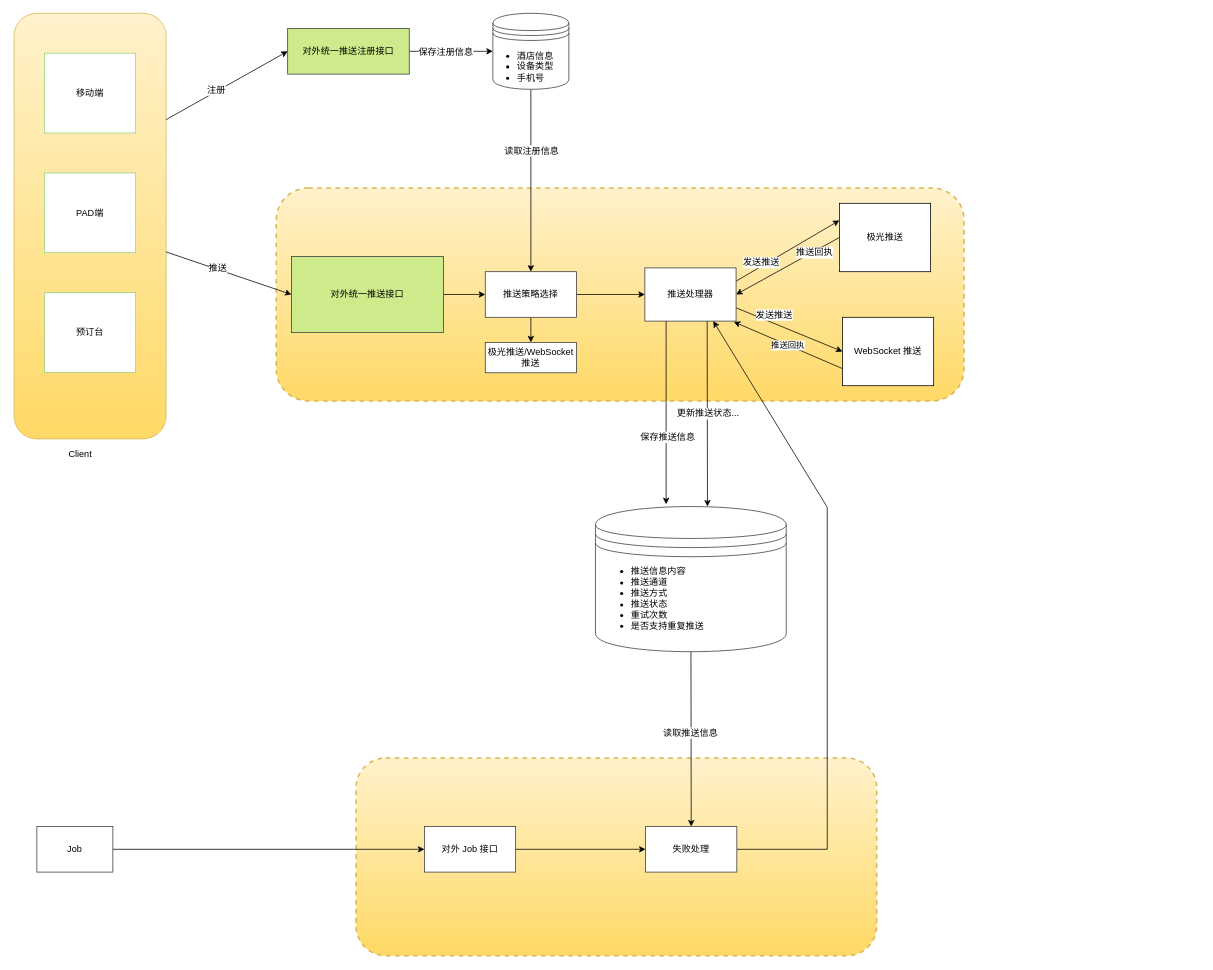
Earlier version of the draw.io diagram 推送方案.drawio (WithoutCause/draw.io). Source tidied: cells renumbered, new cells numbered last; positions are measured from the earlier drawing's top-left corner, leaving out a move shared by most shapes. Both pictures are drawn from the tidied source at 76%, with x=0, y=0 at pixel (14, 13).
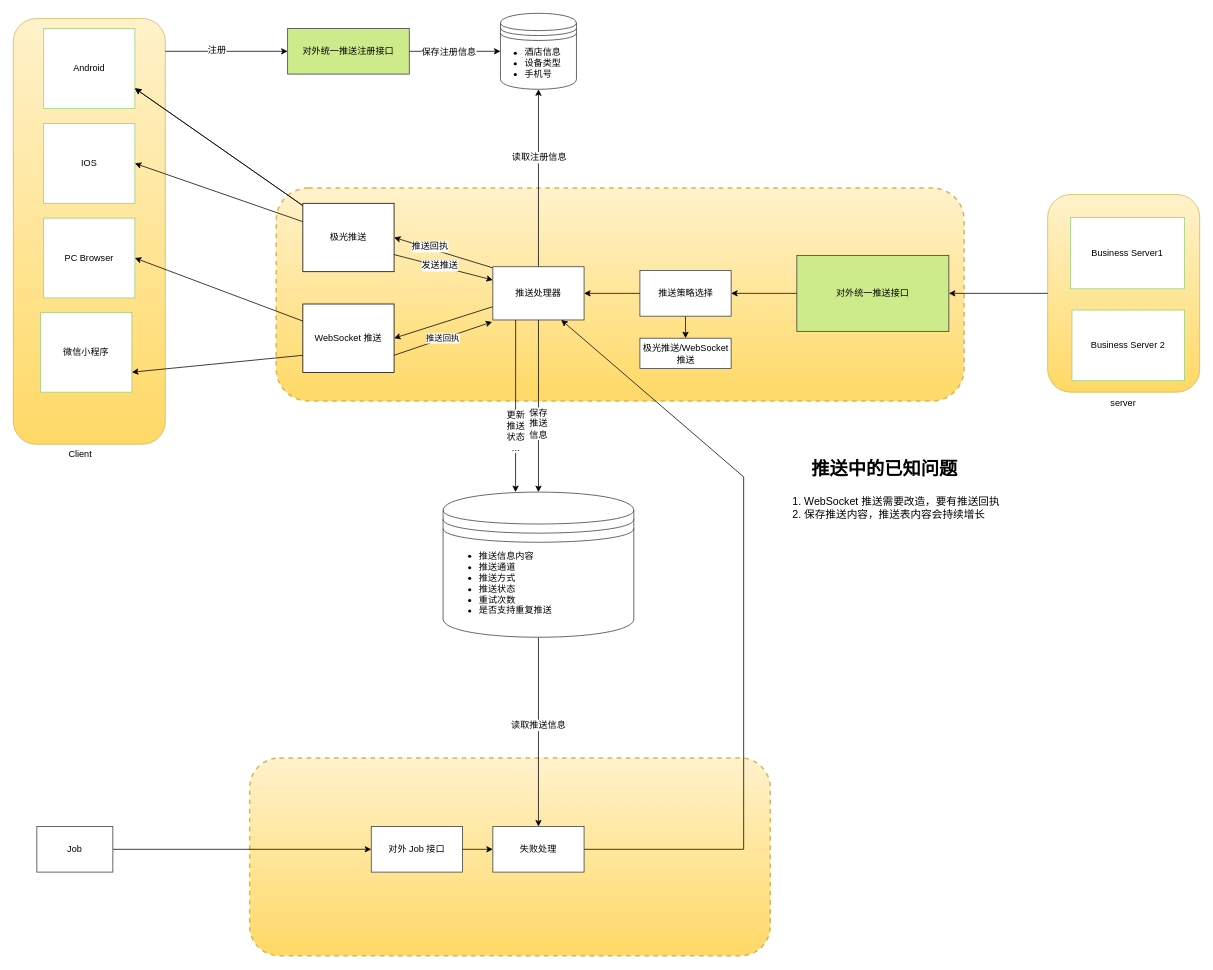
After the change.

Unchanged cells that the change refers to:
```xml
<mxCell id="17" style="rounded=1;whiteSpace=wrap;html=1;strokeColor=#d6b656;strokeWidth=1;fillColor=#fff2cc;gradientColor=#ffd966;" parent="16" vertex="1">
  <mxGeometry width="200" height="560" as="geometry" />
</mxCell>
```

What changed in the source:
```diff
@@
-    <mxCell id="2" style="rounded=1;whiteSpace=wrap;html=1;strokeColor=#d6b656;strokeWidth=2;fillColor=#fff2cc;gradientColor=#ffd966;dashed=1;" parent="1" vertex="1">
-      <mxGeometry x="450" y="980" width="685" height="260" as="geometry" />
-    </mxCell>
-    <mxCell id="3" style="rounded=1;whiteSpace=wrap;html=1;strokeColor=#d6b656;strokeWidth=2;fillColor=#fff2cc;gradientColor=#ffd966;dashed=1;" parent="1" vertex="1">
-      <mxGeometry x="345" y="230" width="905" height="280" as="geometry" />
-    </mxCell>
-    <mxCell id="4" style="edgeStyle=none;rounded=0;orthogonalLoop=1;jettySize=auto;html=1;entryX=0.343;entryY=-0.016;entryDx=0;entryDy=0;entryPerimeter=0;" parent="1" edge="1">
-      <mxGeometry relative="1" as="geometry">
-        <mxPoint x="858" y="405" as="sourcePoint" />
-        <mxPoint x="858" y="646" as="targetPoint" />
-      </mxGeometry>
-    </mxCell>
-    <mxCell id="5" value="保存推送信息" style="text;html=1;align=center;verticalAlign=middle;labelBackgroundColor=#ffffff;" parent="4" vertex="1">
-      <mxGeometry x="0.25" y="4" relative="1" as="geometry">
-        <mxPoint x="-3" y="1" as="offset" />
-      </mxGeometry>
-    </mxCell>
-    <mxCell id="6" style="edgeStyle=none;rounded=0;jettySize=auto;html=1;entryX=0;entryY=0.5;entryDx=0;entryDy=0;" parent="1" edge="1" source="8" target="26">
-      <mxGeometry relative="1" as="geometry" />
-    </mxCell>
-    <mxCell id="7" value="保存注册信息" style="text;html=1;align=center;verticalAlign=middle;labelBackgroundColor=#ffffff;" parent="6" vertex="1">
-      <mxGeometry x="-0.15" relative="1" as="geometry" />
-    </mxCell>
-    <mxCell id="8" value="对外统一推送注册接口" style="rounded=0;whiteSpace=wrap;html=1;strokeColor=#36393d;strokeWidth=1;fillColor=#cdeb8b;gradientColor=none;" parent="1" vertex="1">
-      <mxGeometry x="360" y="20" width="160" height="60" as="geometry" />
-    </mxCell>
-    <mxCell id="9" style="edgeStyle=none;rounded=0;jettySize=auto;html=1;entryX=1;entryY=0.5;entryDx=0;entryDy=0;exitX=0;exitY=0.5;exitDx=0;exitDy=0;" parent="1" edge="1" source="11" target="39">
-      <mxGeometry relative="1" as="geometry" />
-    </mxCell>
-    <mxCell id="10" value="推送回执" style="text;html=1;align=center;verticalAlign=middle;labelBackgroundColor=#ffffff;" parent="9" vertex="1">
-      <mxGeometry x="0.41" y="4" relative="1" as="geometry">
-        <mxPoint x="60" y="-36.5" as="offset" />
-      </mxGeometry>
-    </mxCell>
-    <mxCell id="11" value="极光推送" style="rounded=0;whiteSpace=wrap;html=1;strokeColor=#000000;" parent="1" vertex="1">
-      <mxGeometry x="1086" y="250" width="120" height="90" as="geometry" />
-    </mxCell>
-    <mxCell id="12" value="推送回执" style="edgeStyle=none;rounded=0;jettySize=auto;html=1;exitX=0;exitY=0.75;exitDx=0;exitDy=0;entryX=0.975;entryY=1.014;entryDx=0;entryDy=0;entryPerimeter=0;" parent="1" edge="1" source="13" target="39">
-      <mxGeometry relative="1" as="geometry" />
-    </mxCell>
-    <mxCell id="13" value="WebSocket 推送" style="rounded=0;whiteSpace=wrap;html=1;strokeColor=#000000;" parent="1" vertex="1">
-      <mxGeometry x="1090" y="400" width="120" height="90" as="geometry" />
-    </mxCell>
-    <mxCell id="14" style="edgeStyle=none;rounded=0;jettySize=auto;html=1;exitX=1;exitY=0.5;exitDx=0;exitDy=0;" parent="1" edge="1" source="15" target="29">
-      <mxGeometry relative="1" as="geometry" />
-    </mxCell>
-    <mxCell id="15" value="对外统一推送接口" style="rounded=0;whiteSpace=wrap;html=1;strokeColor=#36393d;strokeWidth=1;fillColor=#cdeb8b;gradientColor=none;" parent="1" vertex="1">
-      <mxGeometry x="365" y="320" width="200" height="100" as="geometry" />
-    </mxCell>
     <mxCell id="16" style="group;" parent="1" vertex="1">
-      <mxGeometry width="200" height="560" as="geometry" />
+      <mxGeometry x="-1" y="7" width="200" height="560" as="geometry" />
     </mxCell>
@@
-    <mxCell id="18" value="移动端" style="rounded=0;whiteSpace=wrap;html=1;strokeColor=#97D077;strokeWidth=1;gradientColor=none;" parent="16" vertex="1">
-      <mxGeometry x="40" y="52.5" width="120" height="105" as="geometry" />
+    <mxCell id="18" value="Android" style="rounded=0;whiteSpace=wrap;html=1;strokeColor=#97D077;strokeWidth=1;gradientColor=none;" parent="16" vertex="1">
+      <mxGeometry x="40" y="13" width="120" height="105" as="geometry" />
     </mxCell>
-    <mxCell id="19" value="PAD端" style="rounded=0;whiteSpace=wrap;html=1;strokeColor=#97D077;strokeWidth=1;gradientColor=none;" parent="16" vertex="1">
-      <mxGeometry x="40" y="210" width="120" height="105" as="geometry" />
+    <mxCell id="19" value="IOS" style="rounded=0;whiteSpace=wrap;html=1;strokeColor=#97D077;strokeWidth=1;gradientColor=none;" parent="16" vertex="1">
+      <mxGeometry x="40" y="138" width="120" height="105" as="geometry" />
     </mxCell>
-    <mxCell id="20" value="预订台" style="rounded=0;whiteSpace=wrap;html=1;strokeColor=#97D077;strokeWidth=1;gradientColor=none;" parent="16" vertex="1">
-      <mxGeometry x="40" y="367.5" width="120" height="105" as="geometry" />
+    <mxCell id="20" value="PC Browser" style="rounded=0;whiteSpace=wrap;html=1;strokeColor=#97D077;strokeWidth=1;gradientColor=none;" parent="16" vertex="1">
+      <mxGeometry x="40" y="262.5" width="120" height="105" as="geometry" />
     </mxCell>
+    <mxCell id="52" value="微信小程序" style="rounded=0;whiteSpace=wrap;html=1;strokeColor=#97D077;strokeWidth=1;gradientColor=none;" parent="16" vertex="1">
+      <mxGeometry x="36" y="386.5" width="120" height="105" as="geometry" />
+    </mxCell>
+    <mxCell id="2" style="rounded=1;whiteSpace=wrap;html=1;strokeColor=#d6b656;strokeWidth=2;fillColor=#fff2cc;gradientColor=#ffd966;dashed=1;" parent="1" vertex="1">
+      <mxGeometry x="310" y="980" width="685" height="260" as="geometry" />
+    </mxCell>
+    <mxCell id="3" style="rounded=1;whiteSpace=wrap;html=1;strokeColor=#d6b656;strokeWidth=2;fillColor=#fff2cc;gradientColor=#ffd966;dashed=1;" parent="1" vertex="1">
+      <mxGeometry x="345" y="230" width="905" height="280" as="geometry" />
+    </mxCell>
+    <mxCell id="4" style="edgeStyle=none;rounded=0;jettySize=auto;html=1;entryX=0.38;entryY=0;entryDx=0;entryDy=0;entryPerimeter=0;exitX=0.25;exitY=1;exitDx=0;exitDy=0;" parent="1" edge="1" source="39" target="42">
+      <mxGeometry relative="1" as="geometry" />
+    </mxCell>
+    <mxCell id="53" value="更新&lt;br&gt;推送&lt;br&gt;状态&lt;br&gt;...&lt;br&gt;" style="text;html=1;align=center;verticalAlign=middle;labelBackgroundColor=#ffffff;" parent="4" vertex="1">
+      <mxGeometry y="-1" relative="1" as="geometry">
+        <mxPoint x="0.5" y="33" as="offset" />
+      </mxGeometry>
+    </mxCell>
+    <mxCell id="6" style="edgeStyle=none;rounded=0;jettySize=auto;html=1;entryX=0;entryY=0.5;entryDx=0;entryDy=0;" parent="1" edge="1" source="8" target="26">
+      <mxGeometry relative="1" as="geometry" />
+    </mxCell>
+    <mxCell id="7" value="保存注册信息" style="text;html=1;align=center;verticalAlign=middle;labelBackgroundColor=#ffffff;" parent="6" vertex="1">
+      <mxGeometry x="-0.15" relative="1" as="geometry" />
+    </mxCell>
+    <mxCell id="8" value="对外统一推送注册接口" style="rounded=0;whiteSpace=wrap;html=1;strokeColor=#36393d;strokeWidth=1;fillColor=#cdeb8b;gradientColor=none;" parent="1" vertex="1">
+      <mxGeometry x="360" y="20" width="160" height="60" as="geometry" />
+    </mxCell>
+    <mxCell id="9" style="edgeStyle=none;rounded=0;jettySize=auto;html=1;entryX=0;entryY=0.25;entryDx=0;entryDy=0;exitX=1;exitY=0.75;exitDx=0;exitDy=0;" parent="1" edge="1" source="11" target="39">
+      <mxGeometry relative="1" as="geometry" />
+    </mxCell>
+    <mxCell id="54" style="edgeStyle=none;rounded=0;jettySize=auto;html=1;entryX=1;entryY=0.75;entryDx=0;entryDy=0;" parent="1" edge="1" source="11" target="18">
+      <mxGeometry relative="1" as="geometry" />
+    </mxCell>
+    <mxCell id="55" style="edgeStyle=none;rounded=0;jettySize=auto;html=1;entryX=1;entryY=0.75;entryDx=0;entryDy=0;" parent="1" edge="1" source="11" target="18">
+      <mxGeometry relative="1" as="geometry" />
+    </mxCell>
+    <mxCell id="56" style="edgeStyle=none;rounded=0;jettySize=auto;html=1;entryX=1;entryY=0.5;entryDx=0;entryDy=0;" parent="1" edge="1" source="11" target="19">
+      <mxGeometry relative="1" as="geometry" />
+    </mxCell>
+    <mxCell id="11" value="极光推送" style="rounded=0;whiteSpace=wrap;html=1;strokeColor=#000000;direction=east;" parent="1" vertex="1">
+      <mxGeometry x="380" y="250" width="120" height="90" as="geometry" />
+    </mxCell>
+    <mxCell id="12" value="推送回执" style="edgeStyle=none;rounded=0;jettySize=auto;html=1;exitX=1;exitY=0.75;exitDx=0;exitDy=0;" parent="1" edge="1" source="13">
+      <mxGeometry relative="1" as="geometry">
+        <mxPoint x="629" y="406" as="targetPoint" />
+      </mxGeometry>
+    </mxCell>
+    <mxCell id="57" style="edgeStyle=none;rounded=0;jettySize=auto;html=1;entryX=1;entryY=0.5;entryDx=0;entryDy=0;" parent="1" edge="1" source="13" target="20">
+      <mxGeometry relative="1" as="geometry" />
+    </mxCell>
+    <mxCell id="58" style="edgeStyle=none;rounded=0;jettySize=auto;html=1;exitX=0;exitY=0.75;exitDx=0;exitDy=0;entryX=1;entryY=0.75;entryDx=0;entryDy=0;strokeWidth=1;" parent="1" edge="1" source="13" target="52">
+      <mxGeometry relative="1" as="geometry" />
+    </mxCell>
+    <mxCell id="13" value="WebSocket 推送" style="rounded=0;whiteSpace=wrap;html=1;strokeColor=#000000;direction=east;" parent="1" vertex="1">
+      <mxGeometry x="380" y="382.5" width="120" height="90" as="geometry" />
+    </mxCell>
+    <mxCell id="14" style="edgeStyle=none;rounded=0;jettySize=auto;html=1;exitX=0;exitY=0.5;exitDx=0;exitDy=0;" parent="1" edge="1" source="15" target="29">
+      <mxGeometry relative="1" as="geometry" />
+    </mxCell>
+    <mxCell id="15" value="对外统一推送接口" style="rounded=0;whiteSpace=wrap;html=1;strokeColor=#36393d;strokeWidth=1;fillColor=#cdeb8b;gradientColor=none;direction=east;" parent="1" vertex="1">
+      <mxGeometry x="1030" y="318.5" width="200" height="100" as="geometry" />
+    </mxCell>
-    <mxCell id="21" style="edgeStyle=none;rounded=0;jettySize=auto;html=1;exitX=1;exitY=0.25;exitDx=0;exitDy=0;entryX=0;entryY=0.5;entryDx=0;entryDy=0;" parent="1" edge="1" source="17" target="8">
-      <mxGeometry relative="1" as="geometry" />
+    <mxCell id="21" style="edgeStyle=none;rounded=0;jettySize=auto;html=1;entryX=0;entryY=0.5;entryDx=0;entryDy=0;" parent="1" edge="1" target="8">
+      <mxGeometry relative="1" as="geometry">
+        <mxPoint x="199" y="50" as="sourcePoint" />
+      </mxGeometry>
     </mxCell>
@@
-    <mxCell id="24" style="edgeStyle=none;rounded=0;jettySize=auto;html=1;exitX=0.5;exitY=1;exitDx=0;exitDy=0;entryX=0.5;entryY=0;entryDx=0;entryDy=0;" parent="1" edge="1" source="26" target="29">
+    <mxCell id="24" style="edgeStyle=none;rounded=0;jettySize=auto;html=1;entryX=0.5;entryY=1;entryDx=0;entryDy=0;exitX=0.5;exitY=0;exitDx=0;exitDy=0;" parent="1" edge="1" source="39" target="26">
       <mxGeometry relative="1" as="geometry" />
     </mxCell>
     <mxCell id="25" value="读取注册信息" style="text;html=1;align=center;verticalAlign=middle;labelBackgroundColor=#ffffff;" parent="24" vertex="1">
       <mxGeometry y="-2" relative="1" as="geometry">
-        <mxPoint x="2" y="-40" as="offset" />
+        <mxPoint x="-2" y="-27" as="offset" />
       </mxGeometry>
     </mxCell>
-    <mxCell id="26" style="shape=datastore;whiteSpace=wrap;html=1;rounded=1;strokeColor=#36393D;strokeWidth=1;gradientColor=none;" parent="1" vertex="1">
-      <mxGeometry x="630" width="100" height="100" as="geometry" />
-    </mxCell>
-    <mxCell id="27" style="edgeStyle=none;rounded=0;jettySize=auto;html=1;exitX=1;exitY=0.5;exitDx=0;exitDy=0;entryX=0;entryY=0.5;entryDx=0;entryDy=0;" parent="1" edge="1" source="29" target="39">
+    <mxCell id="27" style="edgeStyle=none;rounded=0;jettySize=auto;html=1;exitX=1;exitY=0.5;exitDx=0;exitDy=0;entryX=1;entryY=0.5;entryDx=0;entryDy=0;" parent="1" edge="1" source="29" target="39">
       <mxGeometry relative="1" as="geometry" />
     </mxCell>
-    <mxCell id="28" style="edgeStyle=none;rounded=0;jettySize=auto;html=1;" parent="1" edge="1" source="29" target="30">
+    <mxCell id="28" style="edgeStyle=none;rounded=0;jettySize=auto;html=1;strokeWidth=1;" parent="1" edge="1" source="29" target="30">
       <mxGeometry relative="1" as="geometry" />
     </mxCell>
-    <mxCell id="29" value="推送策略选择" style="rounded=0;whiteSpace=wrap;html=1;strokeColor=#36393D;strokeWidth=1;gradientColor=#ffffff;" parent="1" vertex="1">
-      <mxGeometry x="620" y="340" width="120" height="60" as="geometry" />
+    <mxCell id="29" value="推送策略选择" style="rounded=0;whiteSpace=wrap;html=1;strokeColor=#36393D;strokeWidth=1;gradientColor=#ffffff;direction=east;" parent="1" vertex="1">
+      <mxGeometry x="823.5" y="338.5" width="120" height="60" as="geometry" />
     </mxCell>
-    <mxCell id="30" value="极光推送/WebSocket推送" style="rounded=0;whiteSpace=wrap;html=1;strokeColor=#36393D;strokeWidth=1;gradientColor=#ffffff;" parent="1" vertex="1">
-      <mxGeometry x="620" y="433" width="120" height="40" as="geometry" />
+    <mxCell id="30" value="极光推送/WebSocket推送" style="rounded=0;whiteSpace=wrap;html=1;strokeColor=#36393D;strokeWidth=1;gradientColor=#ffffff;direction=east;" parent="1" vertex="1">
+      <mxGeometry x="823.5" y="427.5" width="120" height="40" as="geometry" />
     </mxCell>
-    <mxCell id="31" style="edgeStyle=none;rounded=0;jettySize=auto;html=1;entryX=0;entryY=0.5;entryDx=0;entryDy=0;" parent="1" edge="1" source="17" target="15">
-      <mxGeometry relative="1" as="geometry" />
-    </mxCell>
-    <mxCell id="32" value="推送" style="text;html=1;align=center;verticalAlign=middle;labelBackgroundColor=#ffffff;" parent="31" vertex="1">
-      <mxGeometry x="-0.18" y="2" relative="1" as="geometry" />
-    </mxCell>
-    <mxCell id="33" style="edgeStyle=none;rounded=0;jettySize=auto;html=1;exitX=1;exitY=0.25;exitDx=0;exitDy=0;entryX=0;entryY=0.25;entryDx=0;entryDy=0;" parent="1" edge="1" source="39" target="11">
+    <mxCell id="33" style="edgeStyle=none;rounded=0;jettySize=auto;html=1;exitX=0;exitY=0.021;exitDx=0;exitDy=0;entryX=1;entryY=0.5;entryDx=0;entryDy=0;exitPerimeter=0;" parent="1" edge="1" source="39" target="11">
       <mxGeometry relative="1" as="geometry" />
     </mxCell>
@@
+    <mxCell id="10" value="推送回执" style="text;html=1;align=center;verticalAlign=middle;labelBackgroundColor=#ffffff;" parent="33" vertex="1">
+      <mxGeometry x="0.29" y="-3" relative="1" as="geometry" />
+    </mxCell>
-    <mxCell id="35" style="edgeStyle=none;rounded=0;jettySize=auto;html=1;exitX=1;exitY=0.75;exitDx=0;exitDy=0;entryX=0;entryY=0.5;entryDx=0;entryDy=0;" parent="1" edge="1" source="39" target="13">
+    <mxCell id="35" style="edgeStyle=none;rounded=0;jettySize=auto;html=1;exitX=0;exitY=0.75;exitDx=0;exitDy=0;entryX=1;entryY=0.5;entryDx=0;entryDy=0;" parent="1" edge="1" source="39" target="13">
       <mxGeometry relative="1" as="geometry" />
     </mxCell>
@@
-    <mxCell id="37" style="edgeStyle=none;rounded=0;orthogonalLoop=1;jettySize=auto;html=1;" parent="1" edge="1">
-      <mxGeometry relative="1" as="geometry">
-        <mxPoint x="912" y="405" as="sourcePoint" />
-        <mxPoint x="912.4" y="649" as="targetPoint" />
-      </mxGeometry>
+    <mxCell id="37" style="edgeStyle=none;rounded=0;jettySize=auto;html=1;exitX=0.5;exitY=1;exitDx=0;exitDy=0;entryX=0.5;entryY=0;entryDx=0;entryDy=0;" parent="1" edge="1" source="39" target="42">
+      <mxGeometry relative="1" as="geometry" />
     </mxCell>
-    <mxCell id="38" value="更新推送状态...&lt;br&gt;" style="text;html=1;align=center;verticalAlign=middle;labelBackgroundColor=#ffffff;" parent="37" vertex="1">
-      <mxGeometry relative="1" as="geometry" />
-    </mxCell>
+    <mxCell id="59" value="保存&lt;br&gt;推送&lt;br&gt;信息" style="text;html=1;align=center;verticalAlign=middle;labelBackgroundColor=#ffffff;" parent="37" vertex="1">
+      <mxGeometry x="0.09" relative="1" as="geometry">
+        <mxPoint x="-1" y="13" as="offset" />
+      </mxGeometry>
+    </mxCell>
-    <mxCell id="39" value="推送处理器" style="rounded=0;whiteSpace=wrap;html=1;strokeColor=#36393D;strokeWidth=1;gradientColor=#ffffff;" parent="1" vertex="1">
-      <mxGeometry x="830" y="335" width="120" height="70" as="geometry" />
+    <mxCell id="39" value="推送处理器" style="rounded=0;whiteSpace=wrap;html=1;strokeColor=#36393D;strokeWidth=1;gradientColor=#ffffff;direction=east;" parent="1" vertex="1">
+      <mxGeometry x="630" y="333.5" width="120" height="70" as="geometry" />
     </mxCell>
@@
     <mxCell id="42" style="shape=datastore;whiteSpace=wrap;html=1;rounded=1;strokeColor=#36393D;strokeWidth=1;gradientColor=none;" parent="1" vertex="1">
-      <mxGeometry x="765" y="649" width="251" height="191" as="geometry" />
+      <mxGeometry x="564.5" y="630" width="251" height="191" as="geometry" />
     </mxCell>
@@
-    <mxCell id="44" value="&lt;ul&gt;&lt;li&gt;酒店信息&lt;/li&gt;&lt;li&gt;设备类型&lt;/li&gt;&lt;li&gt;手机号&lt;/li&gt;&lt;/ul&gt;" style="text;strokeColor=none;fillColor=none;html=1;whiteSpace=wrap;verticalAlign=middle;overflow=hidden;rounded=1;" parent="1" vertex="1">
-      <mxGeometry x="620" y="30" width="100" height="80" as="geometry" />
-    </mxCell>
     <mxCell id="45" value="&lt;ul&gt;&lt;li&gt;推送信息内容&lt;/li&gt;&lt;li&gt;推送通道&lt;/li&gt;&lt;li&gt;推送方式&lt;/li&gt;&lt;li&gt;推送状态&lt;/li&gt;&lt;li&gt;重试次数&lt;/li&gt;&lt;li&gt;是否支持重复推送&lt;/li&gt;&lt;/ul&gt;" style="text;strokeColor=none;fillColor=none;html=1;whiteSpace=wrap;verticalAlign=middle;overflow=hidden;rounded=1;arcSize=0;" parent="1" vertex="1">
-      <mxGeometry x="770" y="710" width="240" height="119" as="geometry" />
+      <mxGeometry x="570" y="690" width="240" height="119" as="geometry" />
     </mxCell>
     <mxCell id="46" style="edgeStyle=none;rounded=0;jettySize=auto;html=1;exitX=1;exitY=0.5;exitDx=0;exitDy=0;entryX=0.75;entryY=1;entryDx=0;entryDy=0;" parent="1" edge="1" source="47" target="39">
       <mxGeometry relative="1" as="geometry">
         <Array as="points">
-          <mxPoint x="1070" y="1100" />
-          <mxPoint x="1070" y="650" />
+          <mxPoint x="960" y="1100" />
+          <mxPoint x="960" y="610" />
         </Array>
       </mxGeometry>
     </mxCell>
     <mxCell id="47" value="失败处理" style="rounded=0;whiteSpace=wrap;html=1;strokeColor=#36393D;strokeWidth=1;gradientColor=#ffffff;" parent="1" vertex="1">
-      <mxGeometry x="831" y="1070" width="120" height="60" as="geometry" />
+      <mxGeometry x="630" y="1070" width="120" height="60" as="geometry" />
     </mxCell>
     <mxCell id="48" value="对外 Job 接口" style="rounded=0;whiteSpace=wrap;html=1;strokeColor=#36393D;strokeWidth=1;gradientColor=#ffffff;" parent="1" vertex="1">
-      <mxGeometry x="540" y="1070" width="120" height="60" as="geometry" />
+      <mxGeometry x="470" y="1070" width="120" height="60" as="geometry" />
     </mxCell>
@@
+    <mxCell id="60" style="edgeStyle=none;rounded=0;orthogonalLoop=1;jettySize=auto;html=1;exitX=0;exitY=0.5;exitDx=0;exitDy=0;" parent="1" edge="1" source="13" target="13">
+      <mxGeometry relative="1" as="geometry" />
+    </mxCell>
+    <mxCell id="61" style="group;" parent="1" vertex="1">
+      <mxGeometry x="998" y="580" width="440" height="110" as="geometry" />
+    </mxCell>
+    <mxCell id="62" value="&lt;ol style=&quot;font-size: 14px&quot;&gt;&lt;li&gt;WebSocket 推送需要改造，要有推送回执&lt;/li&gt;&lt;li&gt;保存推送内容，推送表内容会持续增长&lt;/li&gt;&lt;/ol&gt;" style="text;strokeColor=none;fillColor=none;html=1;whiteSpace=wrap;verticalAlign=middle;overflow=hidden;rounded=1;" parent="61" vertex="1">
+      <mxGeometry y="30" width="440" height="80" as="geometry" />
+    </mxCell>
+    <mxCell id="63" value="推送中的已知问题" style="text;strokeColor=none;fillColor=none;html=1;fontSize=24;fontStyle=1;verticalAlign=middle;align=center;rounded=1;" parent="61" vertex="1">
+      <mxGeometry x="20" width="254" height="40" as="geometry" />
+    </mxCell>
+    <mxCell id="64" style="group;" parent="1" vertex="1">
+      <mxGeometry x="1360" y="243.5" width="200" height="260" as="geometry" />
+    </mxCell>
+    <mxCell id="65" style="rounded=1;whiteSpace=wrap;html=1;strokeColor=#d6b656;strokeWidth=1;fillColor=#fff2cc;gradientColor=#ffd966;" parent="64" vertex="1">
+      <mxGeometry y="-5" width="200" height="260" as="geometry" />
+    </mxCell>
+    <mxCell id="66" value="Business Server 2" style="rounded=0;whiteSpace=wrap;html=1;strokeColor=#97D077;strokeWidth=1;gradientColor=none;" parent="64" vertex="1">
+      <mxGeometry x="32" y="147" width="148" height="93" as="geometry" />
+    </mxCell>
+    <mxCell id="67" value="Business Server1" style="rounded=0;whiteSpace=wrap;html=1;strokeColor=#97D077;strokeWidth=1;gradientColor=none;" parent="64" vertex="1">
+      <mxGeometry x="30" y="25" width="150" height="94" as="geometry" />
+    </mxCell>
+    <mxCell id="68" value="server" style="text;html=1;align=left;verticalAlign=top;spacingTop=-4;" parent="1" vertex="1">
+      <mxGeometry x="1441" y="502.5" width="50" height="20" as="geometry" />
+    </mxCell>
+    <mxCell id="69" style="edgeStyle=none;rounded=0;jettySize=auto;html=1;exitX=0;exitY=0.5;exitDx=0;exitDy=0;entryX=1;entryY=0.5;entryDx=0;entryDy=0;" parent="1" edge="1" source="65" target="15">
+      <mxGeometry relative="1" as="geometry" />
+    </mxCell>
+    <mxCell id="70" style="group;" parent="1" vertex="1">
+      <mxGeometry x="630" width="110" height="100" as="geometry" />
+    </mxCell>
+    <mxCell id="26" style="shape=datastore;whiteSpace=wrap;html=1;rounded=1;strokeColor=#36393D;strokeWidth=1;gradientColor=none;" parent="70" vertex="1">
+      <mxGeometry x="10" width="100" height="100" as="geometry" />
+    </mxCell>
+    <mxCell id="44" value="&lt;ul&gt;&lt;li&gt;酒店信息&lt;/li&gt;&lt;li&gt;设备类型&lt;/li&gt;&lt;li&gt;手机号&lt;/li&gt;&lt;/ul&gt;" style="text;strokeColor=none;fillColor=none;html=1;whiteSpace=wrap;verticalAlign=middle;overflow=hidden;rounded=1;" parent="70" vertex="1">
+      <mxGeometry y="30" width="100" height="60" as="geometry" />
+    </mxCell>
```
